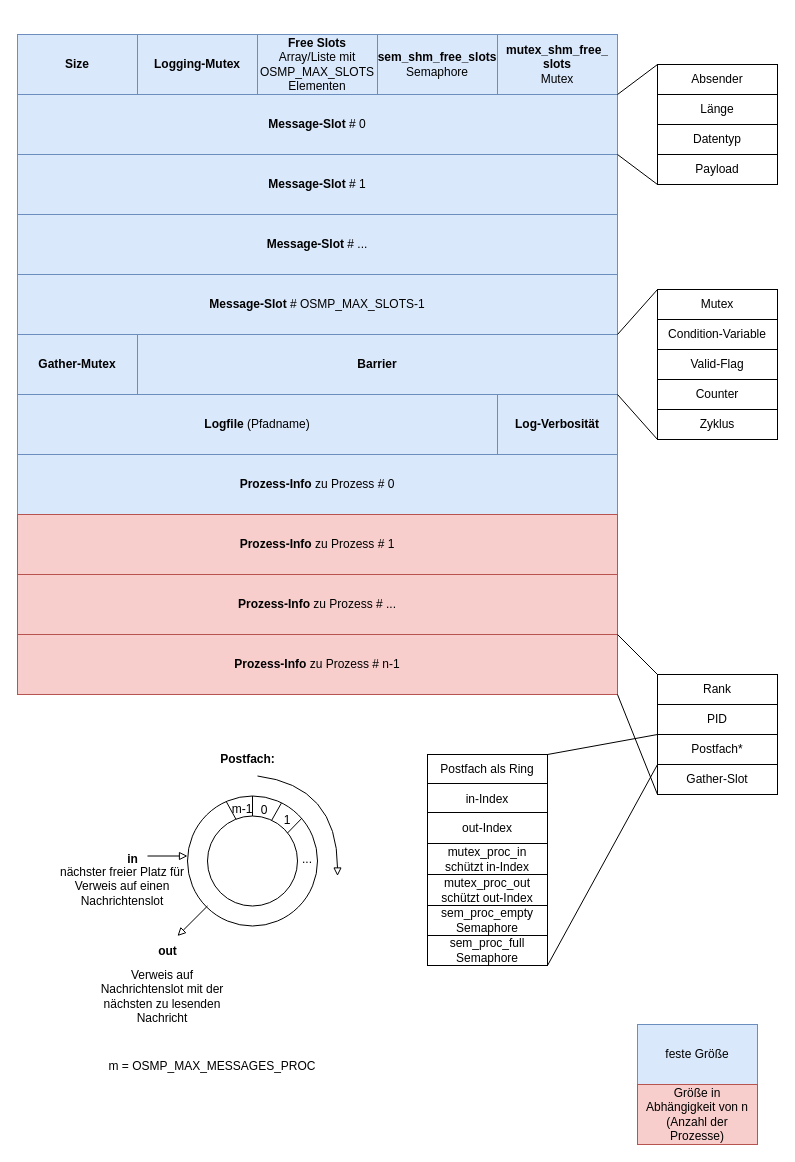
The draw.io diagram docs/Struktur_Shared_Memory.drawio in Thomas12141/Betriebssysteme_Praktikum, before the edit. Source tidied: cells renumbered, new cells numbered last; positions are measured from the earlier drawing's top-left corner, leaving out a move shared by most shapes. Both pictures are drawn from the tidied source at 100%, with x=0, y=0 at pixel (17, 34).
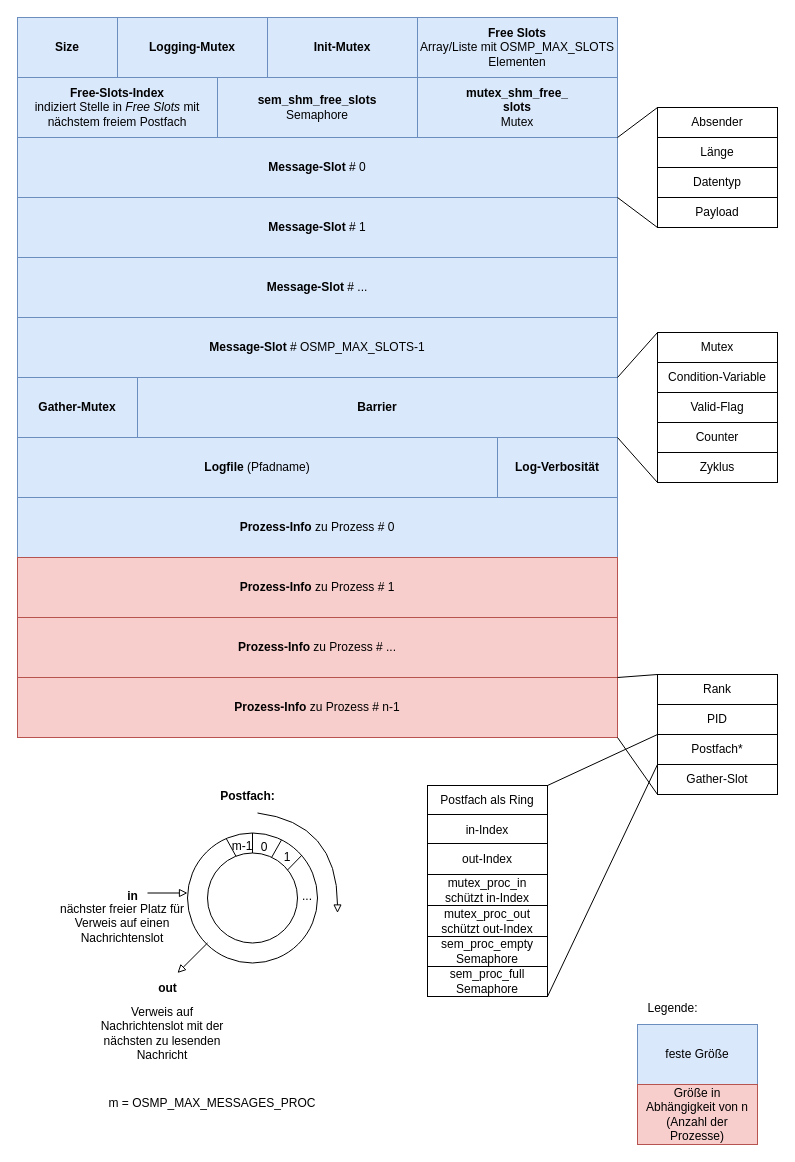
The same page after the edit.

Commit message (it also covers changes not shown here):
Add init mutex to documentation

What changed in the source:
```diff
@@
     <mxCell id="2" value="&lt;b&gt;Size&lt;/b&gt;" style="rounded=0;whiteSpace=wrap;html=1;fillColor=#dae8fc;strokeColor=#6c8ebf;" parent="1" vertex="1">
-      <mxGeometry width="120" height="60" as="geometry" />
+      <mxGeometry y="-17" width="100" height="60" as="geometry" />
     </mxCell>
     <mxCell id="3" value="&lt;b&gt;Logging-Mutex&lt;/b&gt;" style="rounded=0;whiteSpace=wrap;html=1;fillColor=#dae8fc;strokeColor=#6c8ebf;" parent="1" vertex="1">
-      <mxGeometry x="120" width="120" height="60" as="geometry" />
+      <mxGeometry x="100" y="-17" width="150" height="60" as="geometry" />
     </mxCell>
     <mxCell id="4" value="&lt;div&gt;&lt;b&gt;Free Slots&lt;/b&gt;&lt;/div&gt;&lt;div&gt;Array/Liste mit OSMP_MAX_SLOTS Elementen&lt;br&gt;&lt;/div&gt;" style="rounded=0;whiteSpace=wrap;html=1;fillColor=#dae8fc;strokeColor=#6c8ebf;" parent="1" vertex="1">
-      <mxGeometry x="240" width="120" height="60" as="geometry" />
+      <mxGeometry x="400" y="-17" width="200" height="60" as="geometry" />
     </mxCell>
     <mxCell id="5" value="&lt;div&gt;&lt;b&gt;sem_shm_free_slots&lt;/b&gt;&lt;/div&gt;&lt;div&gt;Semaphore&lt;b&gt;&lt;br&gt;&lt;/b&gt;&lt;/div&gt;" style="rounded=0;whiteSpace=wrap;html=1;fillColor=#dae8fc;strokeColor=#6c8ebf;" parent="1" vertex="1">
-      <mxGeometry x="360" width="120" height="60" as="geometry" />
+      <mxGeometry x="200" y="43" width="200" height="60" as="geometry" />
     </mxCell>
     <mxCell id="6" value="&lt;div&gt;&lt;b&gt;mutex_shm_free_&lt;/b&gt;&lt;/div&gt;&lt;div&gt;&lt;b&gt;slots&lt;br&gt;&lt;/b&gt;&lt;/div&gt;&lt;div&gt;Mutex&lt;b&gt;&lt;br&gt;&lt;/b&gt;&lt;/div&gt;" style="rounded=0;whiteSpace=wrap;html=1;fillColor=#dae8fc;strokeColor=#6c8ebf;" parent="1" vertex="1">
-      <mxGeometry x="480" width="120" height="60" as="geometry" />
+      <mxGeometry x="400" y="43" width="200" height="60" as="geometry" />
     </mxCell>
     <mxCell id="7" value="&lt;b&gt;Message-Slot&lt;/b&gt; # 0" style="rounded=0;whiteSpace=wrap;html=1;fillColor=#dae8fc;strokeColor=#6c8ebf;" parent="1" vertex="1">
-      <mxGeometry y="60" width="600" height="60" as="geometry" />
+      <mxGeometry y="103" width="600" height="60" as="geometry" />
     </mxCell>
     <mxCell id="8" value="&lt;b&gt;Message-Slot&lt;/b&gt; # 1" style="rounded=0;whiteSpace=wrap;html=1;fillColor=#dae8fc;strokeColor=#6c8ebf;" parent="1" vertex="1">
-      <mxGeometry y="120" width="600" height="60" as="geometry" />
+      <mxGeometry y="163" width="600" height="60" as="geometry" />
     </mxCell>
     <mxCell id="9" value="&lt;b&gt;Message-Slot&lt;/b&gt; # ..." style="rounded=0;whiteSpace=wrap;html=1;fillColor=#dae8fc;strokeColor=#6c8ebf;" parent="1" vertex="1">
-      <mxGeometry y="180" width="600" height="60" as="geometry" />
+      <mxGeometry y="223" width="600" height="60" as="geometry" />
     </mxCell>
     <mxCell id="10" value="&lt;b&gt;Message-Slot&lt;/b&gt; # OSMP_MAX_SLOTS-1" style="rounded=0;whiteSpace=wrap;html=1;fillColor=#dae8fc;strokeColor=#6c8ebf;" parent="1" vertex="1">
-      <mxGeometry y="240" width="600" height="60" as="geometry" />
+      <mxGeometry y="283" width="600" height="60" as="geometry" />
     </mxCell>
     <mxCell id="11" value="&lt;b&gt;Gather-Mutex&lt;/b&gt;" style="rounded=0;whiteSpace=wrap;html=1;fillColor=#dae8fc;strokeColor=#6c8ebf;" parent="1" vertex="1">
-      <mxGeometry y="300" width="120" height="60" as="geometry" />
+      <mxGeometry y="343" width="120" height="60" as="geometry" />
     </mxCell>
     <mxCell id="12" value="&lt;b&gt;Barrier&lt;/b&gt;" style="rounded=0;whiteSpace=wrap;html=1;fillColor=#dae8fc;strokeColor=#6c8ebf;" parent="1" vertex="1">
-      <mxGeometry x="120" y="300" width="480" height="60" as="geometry" />
+      <mxGeometry x="120" y="343" width="480" height="60" as="geometry" />
     </mxCell>
     <mxCell id="13" value="&lt;b&gt;Logfile&lt;/b&gt; (Pfadname)&lt;b&gt;&lt;br&gt;&lt;/b&gt;" style="rounded=0;whiteSpace=wrap;html=1;fillColor=#dae8fc;strokeColor=#6c8ebf;" parent="1" vertex="1">
-      <mxGeometry y="360" width="480" height="60" as="geometry" />
+      <mxGeometry y="403" width="480" height="60" as="geometry" />
     </mxCell>
     <mxCell id="14" value="&lt;b&gt;Log-Verbosität&lt;/b&gt;" style="rounded=0;whiteSpace=wrap;html=1;fillColor=#dae8fc;strokeColor=#6c8ebf;" parent="1" vertex="1">
-      <mxGeometry x="480" y="360" width="120" height="60" as="geometry" />
+      <mxGeometry x="480" y="403" width="120" height="60" as="geometry" />
     </mxCell>
     <mxCell id="15" value="&lt;b&gt;Prozess-Info &lt;/b&gt;zu Prozess # 0&lt;b&gt;&lt;br&gt;&lt;/b&gt;" style="rounded=0;whiteSpace=wrap;html=1;fillColor=#dae8fc;strokeColor=#6c8ebf;" parent="1" vertex="1">
-      <mxGeometry y="420" width="600" height="60" as="geometry" />
+      <mxGeometry y="463" width="600" height="60" as="geometry" />
     </mxCell>
     <mxCell id="16" value="&lt;b&gt;Prozess-Info &lt;/b&gt;zu Prozess # 1&lt;b&gt;&lt;br&gt;&lt;/b&gt;" style="rounded=0;whiteSpace=wrap;html=1;fillColor=#f8cecc;strokeColor=#b85450;" parent="1" vertex="1">
-      <mxGeometry y="480" width="600" height="60" as="geometry" />
+      <mxGeometry y="523" width="600" height="60" as="geometry" />
     </mxCell>
     <mxCell id="17" value="&lt;b&gt;Prozess-Info &lt;/b&gt;zu Prozess # ..." style="rounded=0;whiteSpace=wrap;html=1;fillColor=#f8cecc;strokeColor=#b85450;" parent="1" vertex="1">
-      <mxGeometry y="540" width="600" height="60" as="geometry" />
+      <mxGeometry y="583" width="600" height="60" as="geometry" />
     </mxCell>
     <mxCell id="18" value="&lt;b&gt;Prozess-Info &lt;/b&gt;zu Prozess # n-1&lt;b&gt;&lt;br&gt;&lt;/b&gt;" style="rounded=0;whiteSpace=wrap;html=1;fillColor=#f8cecc;strokeColor=#b85450;" parent="1" vertex="1">
-      <mxGeometry y="600" width="600" height="60" as="geometry" />
+      <mxGeometry y="643" width="600" height="60" as="geometry" />
     </mxCell>
@@
     <mxCell id="21" value="Absender" style="rounded=0;whiteSpace=wrap;html=1;" parent="1" vertex="1">
-      <mxGeometry x="640" y="30" width="120" height="30" as="geometry" />
+      <mxGeometry x="640" y="73" width="120" height="30" as="geometry" />
     </mxCell>
     <mxCell id="22" value="Länge" style="rounded=0;whiteSpace=wrap;html=1;" parent="1" vertex="1">
-      <mxGeometry x="640" y="60" width="120" height="30" as="geometry" />
+      <mxGeometry x="640" y="103" width="120" height="30" as="geometry" />
     </mxCell>
     <mxCell id="23" value="Datentyp" style="rounded=0;whiteSpace=wrap;html=1;" parent="1" vertex="1">
-      <mxGeometry x="640" y="90" width="120" height="30" as="geometry" />
+      <mxGeometry x="640" y="133" width="120" height="30" as="geometry" />
     </mxCell>
     <mxCell id="24" value="Payload" style="rounded=0;whiteSpace=wrap;html=1;" parent="1" vertex="1">
-      <mxGeometry x="640" y="120" width="120" height="30" as="geometry" />
+      <mxGeometry x="640" y="163" width="120" height="30" as="geometry" />
     </mxCell>
     <mxCell id="25" value="Mutex" style="rounded=0;whiteSpace=wrap;html=1;" parent="1" vertex="1">
-      <mxGeometry x="640" y="255" width="120" height="30" as="geometry" />
+      <mxGeometry x="640" y="298" width="120" height="30" as="geometry" />
     </mxCell>
     <mxCell id="26" value="Condition-Variable" style="rounded=0;whiteSpace=wrap;html=1;" parent="1" vertex="1">
-      <mxGeometry x="640" y="285" width="120" height="30" as="geometry" />
+      <mxGeometry x="640" y="328" width="120" height="30" as="geometry" />
     </mxCell>
     <mxCell id="27" value="Valid-Flag" style="rounded=0;whiteSpace=wrap;html=1;" parent="1" vertex="1">
-      <mxGeometry x="640" y="315" width="120" height="30" as="geometry" />
+      <mxGeometry x="640" y="358" width="120" height="30" as="geometry" />
     </mxCell>
     <mxCell id="28" value="Counter" style="rounded=0;whiteSpace=wrap;html=1;" parent="1" vertex="1">
-      <mxGeometry x="640" y="345" width="120" height="30" as="geometry" />
+      <mxGeometry x="640" y="388" width="120" height="30" as="geometry" />
     </mxCell>
     <mxCell id="29" value="Zyklus" style="rounded=0;whiteSpace=wrap;html=1;" parent="1" vertex="1">
-      <mxGeometry x="640" y="375" width="120" height="30" as="geometry" />
+      <mxGeometry x="640" y="418" width="120" height="30" as="geometry" />
     </mxCell>
@@
     <mxCell id="37" style="endArrow=none;html=1;rounded=0;exitX=1;exitY=0;exitDx=0;exitDy=0;" parent="1" edge="1" source="14">
       <mxGeometry relative="1" as="geometry">
-        <mxPoint x="640" y="405" as="targetPoint" />
+        <mxPoint x="640" y="448" as="targetPoint" />
       </mxGeometry>
     </mxCell>
@@
     <mxCell id="40" value="&lt;div&gt;Postfach als Ring&lt;/div&gt;" style="rounded=0;whiteSpace=wrap;html=1;" parent="1" vertex="1">
-      <mxGeometry x="410" y="720" width="120" height="30" as="geometry" />
+      <mxGeometry x="410" y="751" width="120" height="30" as="geometry" />
     </mxCell>
     <mxCell id="41" value="&lt;div&gt;sem_proc_empty&lt;/div&gt;&lt;div&gt;Semaphore&lt;br&gt;&lt;/div&gt;" style="rounded=0;whiteSpace=wrap;html=1;" parent="1" vertex="1">
-      <mxGeometry x="410" y="871" width="120" height="30" as="geometry" />
+      <mxGeometry x="410" y="902" width="120" height="30" as="geometry" />
     </mxCell>
     <mxCell id="42" value="&lt;div&gt;sem_proc_full&lt;/div&gt;&lt;div&gt;Semaphore&lt;br&gt;&lt;/div&gt;" style="rounded=0;whiteSpace=wrap;html=1;" parent="1" vertex="1">
-      <mxGeometry x="410" y="901" width="120" height="30" as="geometry" />
+      <mxGeometry x="410" y="932" width="120" height="30" as="geometry" />
     </mxCell>
     <mxCell id="43" style="ellipse;whiteSpace=wrap;html=1;" parent="1" vertex="1">
-      <mxGeometry x="170" y="761.5" width="130" height="130" as="geometry" />
+      <mxGeometry x="170" y="798.5" width="130" height="130" as="geometry" />
     </mxCell>
     <mxCell id="44" style="ellipse;whiteSpace=wrap;html=1;" parent="1" vertex="1">
-      <mxGeometry x="190" y="781.5" width="90" height="90" as="geometry" />
+      <mxGeometry x="190" y="818.5" width="90" height="90" as="geometry" />
     </mxCell>
     <mxCell id="45" style="endArrow=block;html=1;rounded=0;endFill=0;" parent="1" edge="1">
       <mxGeometry relative="1" as="geometry">
-        <mxPoint x="130" y="821.5" as="sourcePoint" />
-        <mxPoint x="170" y="821.5" as="targetPoint" />
+        <mxPoint x="130" y="858.5" as="sourcePoint" />
+        <mxPoint x="170" y="858.5" as="targetPoint" />
       </mxGeometry>
     </mxCell>
     <mxCell id="46" style="endArrow=block;html=1;rounded=0;endFill=0;" parent="1" edge="1">
       <mxGeometry relative="1" as="geometry">
-        <mxPoint x="190" y="871.5" as="sourcePoint" />
-        <mxPoint x="160" y="901.5" as="targetPoint" />
+        <mxPoint x="190" y="908.5" as="sourcePoint" />
+        <mxPoint x="160" y="938.5" as="targetPoint" />
       </mxGeometry>
     </mxCell>
     <mxCell id="47" style="curved=1;endArrow=block;html=1;rounded=0;endFill=0;" parent="1" edge="1">
       <mxGeometry relative="1" as="geometry">
-        <mxPoint x="240" y="741.5" as="sourcePoint" />
-        <mxPoint x="320" y="841.5" as="targetPoint" />
+        <mxPoint x="240" y="778.5" as="sourcePoint" />
+        <mxPoint x="320" y="878.5" as="targetPoint" />
         <Array as="points">
-          <mxPoint x="320" y="751.5" />
+          <mxPoint x="320" y="788.5" />
         </Array>
       </mxGeometry>
     </mxCell>
     <mxCell id="48" value="&lt;b&gt;out&lt;/b&gt;" style="text;html=1;align=center;verticalAlign=middle;strokeColor=none;fillColor=none;" parent="1" vertex="1">
-      <mxGeometry x="130" y="901.5" width="40" height="30" as="geometry" />
+      <mxGeometry x="130" y="938.5" width="40" height="30" as="geometry" />
     </mxCell>
     <mxCell id="49" value="&lt;b&gt;in&lt;/b&gt;" style="text;html=1;align=center;verticalAlign=middle;strokeColor=none;fillColor=none;" parent="1" vertex="1">
-      <mxGeometry x="100" y="809.5" width="30" height="30" as="geometry" />
+      <mxGeometry x="100" y="846.5" width="30" height="30" as="geometry" />
     </mxCell>
     <mxCell id="50" value="&lt;b&gt;Postfach:&lt;/b&gt;" style="text;html=1;align=center;verticalAlign=middle;strokeColor=none;fillColor=none;" parent="1" vertex="1">
-      <mxGeometry x="190" y="709.5" width="80" height="30" as="geometry" />
+      <mxGeometry x="190" y="746.5" width="80" height="30" as="geometry" />
     </mxCell>
     <mxCell id="51" style="endArrow=none;html=1;rounded=0;entryX=0.5;entryY=0;entryDx=0;entryDy=0;" parent="1" edge="1" target="43">
       <mxGeometry relative="1" as="geometry">
-        <mxPoint x="235" y="781.5" as="sourcePoint" />
+        <mxPoint x="235" y="818.5" as="sourcePoint" />
       </mxGeometry>
     </mxCell>
     <mxCell id="52" style="endArrow=none;html=1;rounded=0;entryX=0.88;entryY=0.171;entryDx=0;entryDy=0;entryPerimeter=0;exitX=0.695;exitY=0.042;exitDx=0;exitDy=0;exitPerimeter=0;" parent="1" edge="1" target="43">
       <mxGeometry relative="1" as="geometry">
-        <mxPoint x="270" y="798.5" as="sourcePoint" />
+        <mxPoint x="270" y="835.5" as="sourcePoint" />
       </mxGeometry>
     </mxCell>
@@
     <mxCell id="55" value="0" style="text;html=1;align=center;verticalAlign=middle;whiteSpace=wrap;rounded=0;" parent="1" vertex="1">
-      <mxGeometry x="217" y="760.5" width="60" height="30" as="geometry" />
+      <mxGeometry x="217" y="797.5" width="60" height="30" as="geometry" />
     </mxCell>
     <mxCell id="56" value="1" style="text;html=1;align=center;verticalAlign=middle;whiteSpace=wrap;rounded=0;" parent="1" vertex="1">
-      <mxGeometry x="240" y="770.5" width="60" height="30" as="geometry" />
+      <mxGeometry x="240" y="807.5" width="60" height="30" as="geometry" />
     </mxCell>
     <mxCell id="57" value="..." style="text;html=1;align=center;verticalAlign=middle;whiteSpace=wrap;rounded=0;" parent="1" vertex="1">
-      <mxGeometry x="260" y="809.5" width="60" height="30" as="geometry" />
+      <mxGeometry x="260" y="846.5" width="60" height="30" as="geometry" />
     </mxCell>
     <mxCell id="58" value="m-1" style="text;html=1;align=center;verticalAlign=middle;whiteSpace=wrap;rounded=0;" parent="1" vertex="1">
-      <mxGeometry x="195" y="759.5" width="60" height="30" as="geometry" />
+      <mxGeometry x="195" y="796.5" width="60" height="30" as="geometry" />
     </mxCell>
     <mxCell id="59" value="nächster freier Platz für Verweis auf einen Nachrichtenslot" style="text;html=1;align=center;verticalAlign=middle;whiteSpace=wrap;rounded=0;" parent="1" vertex="1">
-      <mxGeometry x="40" y="811.5" width="130" height="80" as="geometry" />
+      <mxGeometry x="40" y="848.5" width="130" height="80" as="geometry" />
     </mxCell>
     <mxCell id="60" value="Verweis auf Nachrichtenslot mit der nächsten zu lesenden Nachricht" style="text;html=1;align=center;verticalAlign=middle;whiteSpace=wrap;rounded=0;" parent="1" vertex="1">
-      <mxGeometry x="80" y="921.5" width="130" height="80" as="geometry" />
+      <mxGeometry x="80" y="958.5" width="130" height="80" as="geometry" />
     </mxCell>
     <mxCell id="61" value="in-Index" style="rounded=0;whiteSpace=wrap;html=1;" parent="1" vertex="1">
-      <mxGeometry x="410" y="749" width="120" height="31" as="geometry" />
+      <mxGeometry x="410" y="780" width="120" height="31" as="geometry" />
     </mxCell>
     <mxCell id="62" value="out-Index" style="rounded=0;whiteSpace=wrap;html=1;" parent="1" vertex="1">
-      <mxGeometry x="410" y="778" width="120" height="31" as="geometry" />
+      <mxGeometry x="410" y="809" width="120" height="31" as="geometry" />
     </mxCell>
     <mxCell id="63" value="&lt;div&gt;mutex_proc_in&lt;/div&gt;&lt;div&gt;schützt in-Index&lt;br&gt;&lt;/div&gt;" style="rounded=0;whiteSpace=wrap;html=1;" parent="1" vertex="1">
-      <mxGeometry x="410" y="809" width="120" height="31" as="geometry" />
+      <mxGeometry x="410" y="840" width="120" height="31" as="geometry" />
     </mxCell>
     <mxCell id="64" value="&lt;div&gt;mutex_proc_out&lt;/div&gt;&lt;div&gt;schützt out-Index&lt;br&gt;&lt;/div&gt;" style="rounded=0;whiteSpace=wrap;html=1;" parent="1" vertex="1">
-      <mxGeometry x="410" y="840" width="120" height="31" as="geometry" />
+      <mxGeometry x="410" y="871" width="120" height="31" as="geometry" />
     </mxCell>
@@
     <mxCell id="67" value="&lt;div&gt;m = OSMP_MAX_MESSAGES_PROC&lt;br&gt;&lt;/div&gt;" style="text;html=1;align=center;verticalAlign=middle;whiteSpace=wrap;rounded=0;" parent="1" vertex="1">
-      <mxGeometry x="80" y="1001.5" width="230" height="60.5" as="geometry" />
+      <mxGeometry x="80" y="1038.5" width="230" height="60.5" as="geometry" />
     </mxCell>
+    <mxCell id="68" value="&lt;b&gt;Init-Mutex&lt;/b&gt;" style="rounded=0;whiteSpace=wrap;html=1;fillColor=#dae8fc;strokeColor=#6c8ebf;" parent="1" vertex="1">
+      <mxGeometry x="250" y="-17" width="150" height="60" as="geometry" />
+    </mxCell>
+    <mxCell id="69" value="&lt;div&gt;&lt;b&gt;Free-Slots-Index&lt;/b&gt;&lt;/div&gt;&lt;div&gt;indiziert Stelle in &lt;i&gt;Free Slots &lt;/i&gt;mit nächstem freiem Postfach&lt;br&gt;&lt;/div&gt;" style="rounded=0;whiteSpace=wrap;html=1;fillColor=#dae8fc;strokeColor=#6c8ebf;" parent="1" vertex="1">
+      <mxGeometry y="43" width="200" height="60" as="geometry" />
+    </mxCell>
+    <mxCell id="70" value="Legende:" style="text;html=1;align=center;verticalAlign=middle;strokeColor=none;fillColor=none;" parent="1" vertex="1">
+      <mxGeometry x="620" y="958.5" width="70" height="30" as="geometry" />
+    </mxCell>
```
